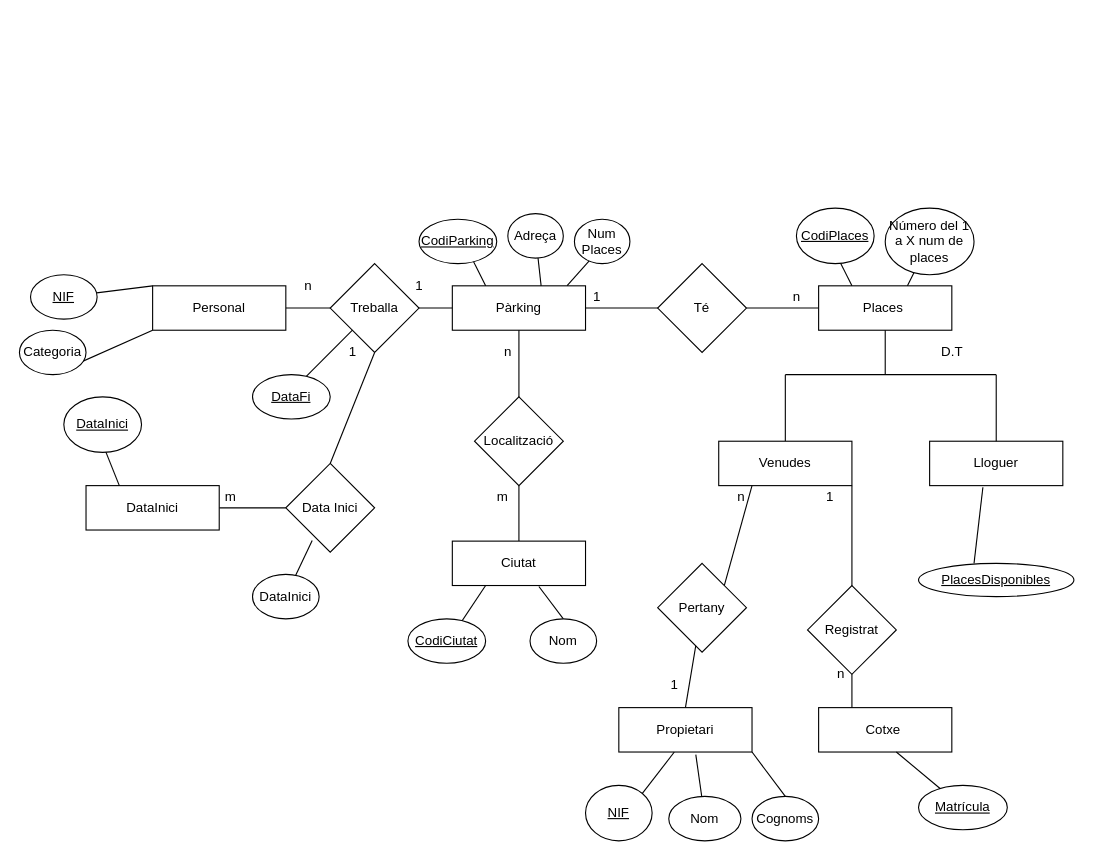
Before: Empresa Parquing.drawio in Khydra/https-discordapp.com-api-webhooks-518562240383811644-kNeMgop6j8yftRepPUE6DXeDJ8cb2CNdsJGgCZLXd1JnR, a draw.io diagram. Source tidied: cells renumbered, new cells numbered last; positions are measured from the earlier drawing's top-left corner, leaving out a move shared by most shapes. Both pictures are drawn from the tidied source at 111%, with x=0, y=0 at pixel (19, 208).
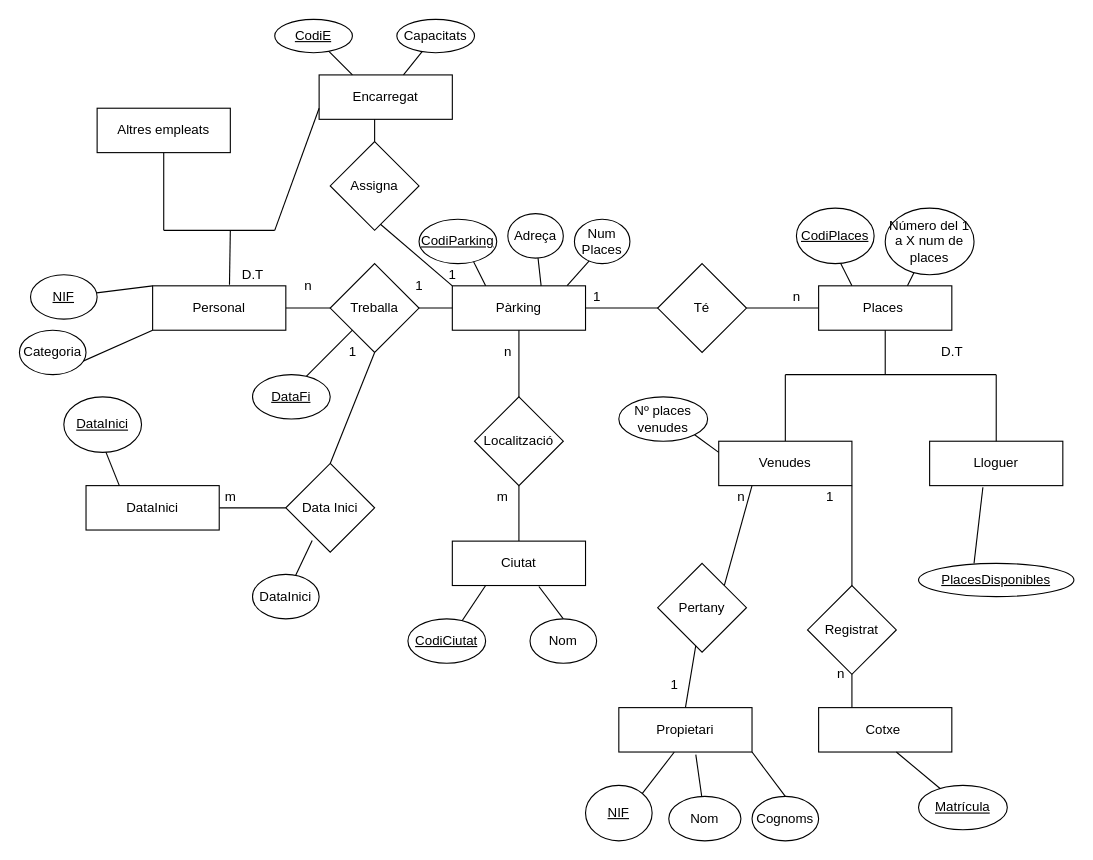
The same diagram, later.

Unchanged cells that the change refers to:
```xml
<mxCell id="2" value="Pàrking" style="rounded=0;whiteSpace=wrap;html=1;" parent="1" vertex="1">
  <mxGeometry x="390" y="70" width="120" height="40" as="geometry" />
</mxCell>
<mxCell id="32" value="Personal" style="rounded=0;whiteSpace=wrap;html=1;" parent="1" vertex="1">
  <mxGeometry x="120" y="70" width="120" height="40" as="geometry" />
</mxCell>
```

Change to the diagram source:
```diff
@@
+    <mxCell id="81" style="endArrow=none;html=1;exitX=0;exitY=0;exitDx=0;exitDy=0;" parent="1" edge="1" source="2">
+      <mxGeometry relative="1" as="geometry">
+        <mxPoint x="320" y="10" as="targetPoint" />
+      </mxGeometry>
+    </mxCell>
+    <mxCell id="82" value="Assigna" style="rhombus;whiteSpace=wrap;html=1;" parent="1" vertex="1">
+      <mxGeometry x="280" y="-60" width="80" height="80" as="geometry" />
+    </mxCell>
+    <mxCell id="83" value="1" style="text;html=1;align=center;verticalAlign=middle;" parent="1" vertex="1">
+      <mxGeometry x="380" y="50" width="20" height="20" as="geometry" />
+    </mxCell>
+    <mxCell id="84" style="endArrow=none;html=1;exitX=0.5;exitY=0;exitDx=0;exitDy=0;" parent="1" edge="1" source="82">
+      <mxGeometry relative="1" as="geometry">
+        <mxPoint x="320" y="-100" as="targetPoint" />
+      </mxGeometry>
+    </mxCell>
+    <mxCell id="85" value="Encarregat" style="rounded=0;whiteSpace=wrap;html=1;" parent="1" vertex="1">
+      <mxGeometry x="270" y="-120" width="120" height="40" as="geometry" />
+    </mxCell>
+    <mxCell id="86" style="endArrow=none;html=1;entryX=0.25;entryY=0;entryDx=0;entryDy=0;" parent="1" edge="1" target="85">
+      <mxGeometry relative="1" as="geometry">
+        <mxPoint x="270" y="-150" as="sourcePoint" />
+      </mxGeometry>
+    </mxCell>
+    <mxCell id="87" value="&lt;u&gt;CodiE&lt;/u&gt;" style="ellipse;whiteSpace=wrap;html=1;" parent="1" vertex="1">
+      <mxGeometry x="230" y="-170" width="70" height="30" as="geometry" />
+    </mxCell>
+    <mxCell id="88" style="endArrow=none;html=1;" parent="1" edge="1" source="85">
+      <mxGeometry relative="1" as="geometry">
+        <mxPoint x="370" y="-150" as="targetPoint" />
+      </mxGeometry>
+    </mxCell>
+    <mxCell id="89" value="Capacitats" style="ellipse;whiteSpace=wrap;html=1;" parent="1" vertex="1">
+      <mxGeometry x="340" y="-170" width="70" height="30" as="geometry" />
+    </mxCell>
+    <mxCell id="90" style="endArrow=none;html=1;entryX=0;entryY=0.75;entryDx=0;entryDy=0;" parent="1" edge="1" target="85">
+      <mxGeometry relative="1" as="geometry">
+        <mxPoint x="230" y="20" as="sourcePoint" />
+      </mxGeometry>
+    </mxCell>
+    <mxCell id="91" style="endArrow=none;html=1;" parent="1" edge="1">
+      <mxGeometry relative="1" as="geometry">
+        <mxPoint x="130" y="20" as="sourcePoint" />
+        <mxPoint x="230" y="20" as="targetPoint" />
+      </mxGeometry>
+    </mxCell>
+    <mxCell id="92" style="endArrow=none;html=1;exitX=0.577;exitY=-0.025;exitDx=0;exitDy=0;exitPerimeter=0;" parent="1" edge="1" source="32">
+      <mxGeometry relative="1" as="geometry">
+        <mxPoint x="190" y="20" as="targetPoint" />
+      </mxGeometry>
+    </mxCell>
+    <mxCell id="93" style="endArrow=none;html=1;" parent="1" edge="1">
+      <mxGeometry relative="1" as="geometry">
+        <mxPoint x="130" y="-50" as="sourcePoint" />
+        <mxPoint x="130" y="20" as="targetPoint" />
+      </mxGeometry>
+    </mxCell>
+    <mxCell id="94" value="Altres empleats" style="rounded=0;whiteSpace=wrap;html=1;" parent="1" vertex="1">
+      <mxGeometry x="70" y="-90" width="120" height="40" as="geometry" />
+    </mxCell>
+    <mxCell id="95" value="D.T" style="text;html=1;align=center;verticalAlign=middle;" parent="1" vertex="1">
+      <mxGeometry x="195" y="50" width="30" height="20" as="geometry" />
+    </mxCell>
+    <mxCell id="96" value="Nº places venudes" style="ellipse;whiteSpace=wrap;html=1;" parent="1" vertex="1">
+      <mxGeometry x="540" y="170" width="80" height="40" as="geometry" />
+    </mxCell>
+    <mxCell id="97" style="endArrow=none;html=1;exitX=1;exitY=1;exitDx=0;exitDy=0;" parent="1" edge="1" source="96">
+      <mxGeometry relative="1" as="geometry">
+        <mxPoint x="630" y="220" as="targetPoint" />
+      </mxGeometry>
+    </mxCell>
```
